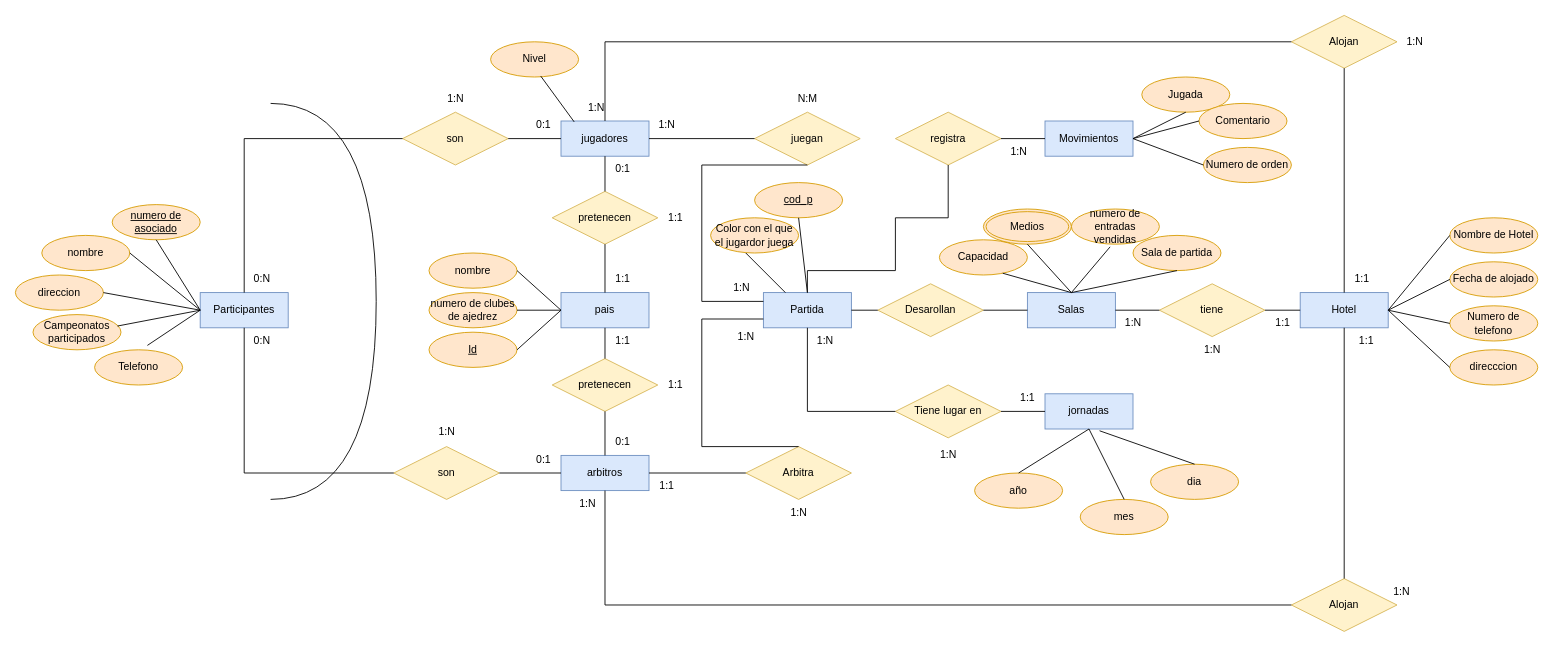
Earlier version of the draw.io diagram Unidad1/Tareas/Tarea evaluada 2/Untitled Diagram.drawio (JVC0/Base-Datos). Source tidied: cells renumbered, new cells numbered last; positions are measured from the earlier drawing's top-left corner, leaving out a move shared by most shapes. Both pictures are drawn from the tidied source at 88%, with x=0, y=0 at pixel (15, 15).
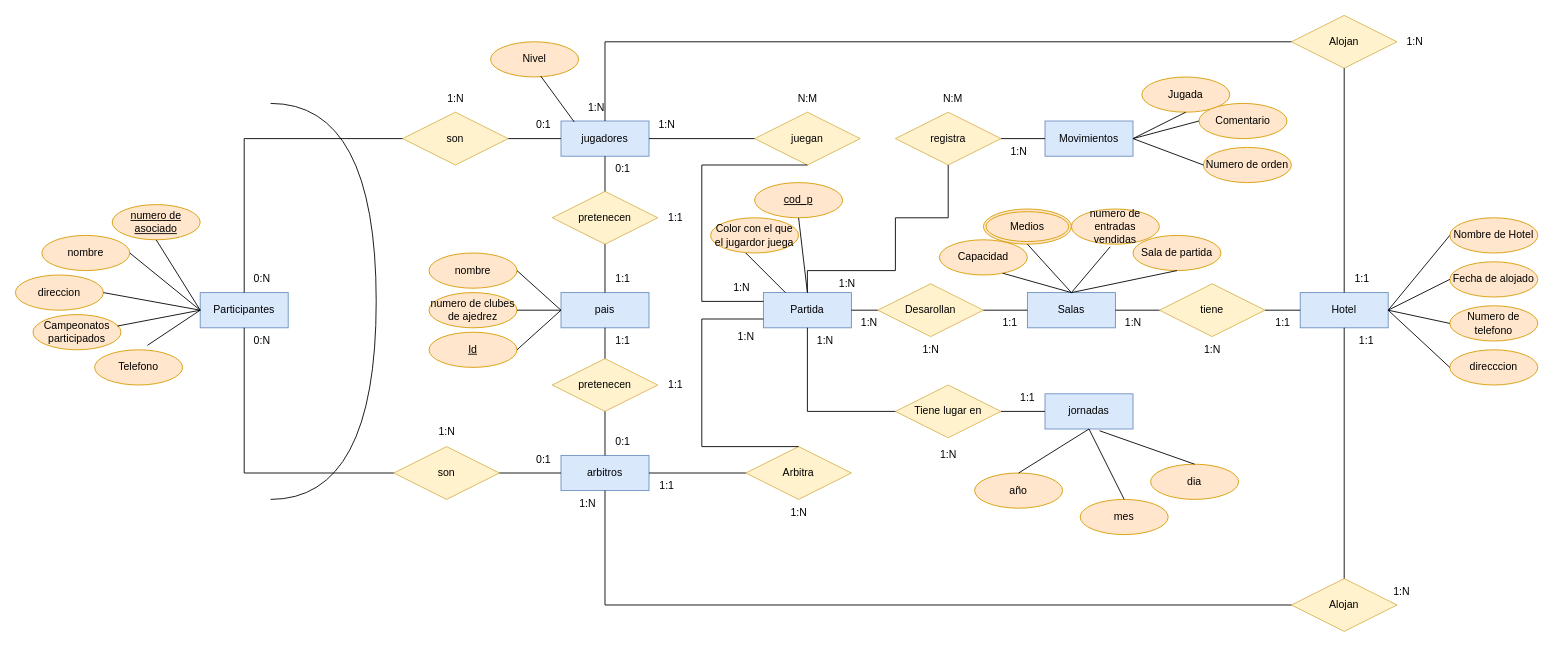
Above is the later version.

Diff of the diagram source:
```diff
@@
+    <mxCell id="129" value="1:N" style="text;html=1;align=center;verticalAlign=middle;strokeColor=none;fillColor=none;" parent="1" vertex="1">
+      <mxGeometry x="925" y="290" width="40" height="30" as="geometry" />
+    </mxCell>
+    <mxCell id="130" value="N:M" style="text;html=1;align=center;verticalAlign=middle;strokeColor=none;fillColor=none;" parent="1" vertex="1">
+      <mxGeometry x="1040" y="80" width="50" height="30" as="geometry" />
+    </mxCell>
+    <mxCell id="131" value="1:N" style="text;html=1;align=center;verticalAlign=middle;strokeColor=none;fillColor=none;" parent="1" vertex="1">
+      <mxGeometry x="950" y="335" width="40" height="30" as="geometry" />
+    </mxCell>
+    <mxCell id="132" value="1:1" style="text;html=1;align=center;verticalAlign=middle;strokeColor=none;fillColor=none;" parent="1" vertex="1">
+      <mxGeometry x="1110" y="335" width="40" height="30" as="geometry" />
+    </mxCell>
+    <mxCell id="133" value="1:N" style="text;html=1;align=center;verticalAlign=middle;strokeColor=none;fillColor=none;" parent="1" vertex="1">
+      <mxGeometry x="1020" y="365" width="40" height="30" as="geometry" />
+    </mxCell>
```
